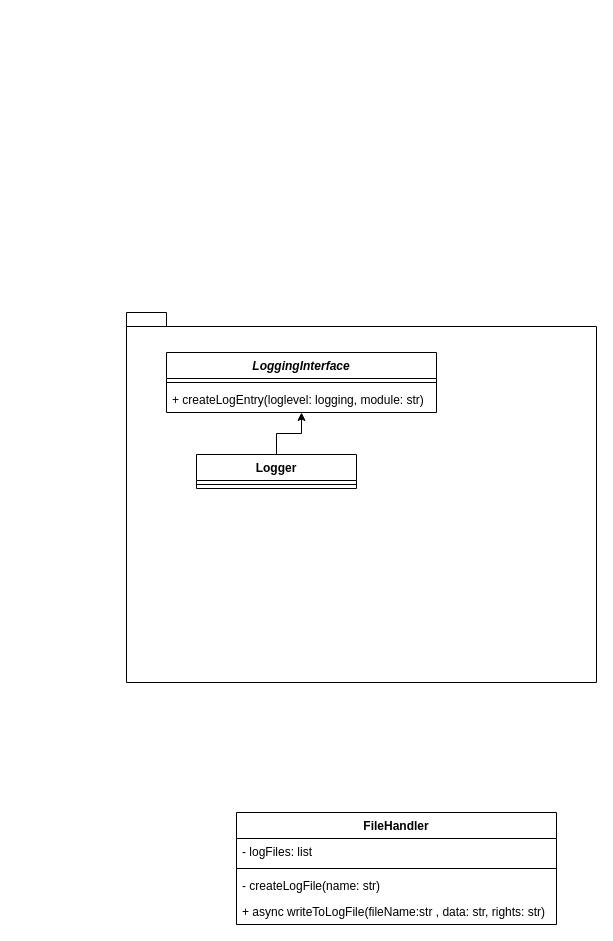
Earlier version of the draw.io diagram Architecture/Logging.drawio (Uhgtred/Car_Infotainment_System). Source tidied: cells renumbered, new cells numbered last; positions are measured from the earlier drawing's top-left corner, leaving out a move shared by most shapes. Both pictures are drawn from the tidied source at 100%, with x=0, y=0 at pixel (126, 312).
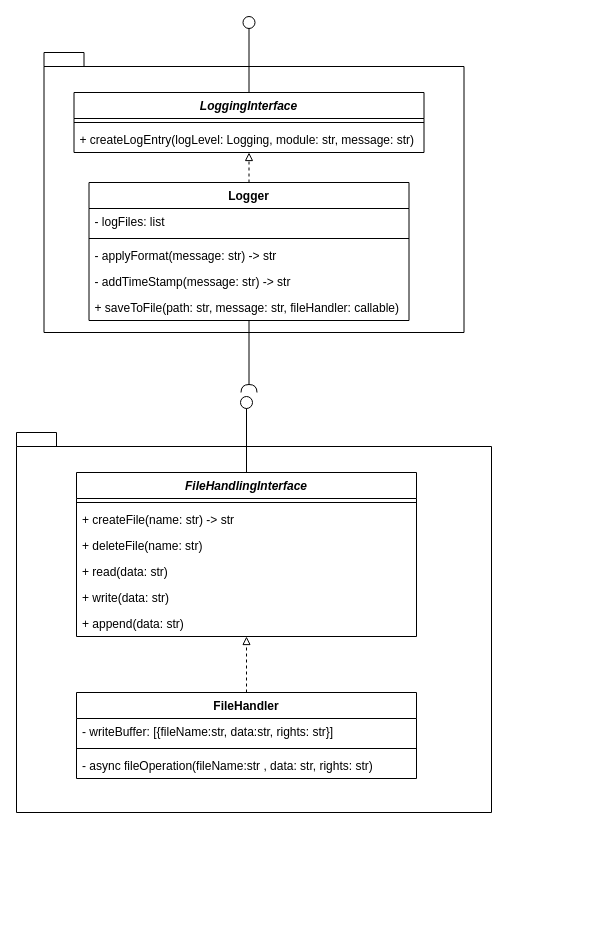
After the change.

The edit, as a diff of the source:
```diff
@@
+    <mxCell id="14" style="group;" parent="1" vertex="1">
+      <mxGeometry x="-110" y="90" width="475" height="410" as="geometry" />
+    </mxCell>
+    <mxCell id="15" style="shape=folder;fontStyle=1;spacingTop=10;tabWidth=40;tabHeight=14;tabPosition=left;html=1;" parent="14" vertex="1">
+      <mxGeometry y="30" width="475" height="380" as="geometry" />
+    </mxCell>
+    <mxCell id="6" value="FileHandler" style="swimlane;fontStyle=1;align=center;verticalAlign=top;horizontal=1;startSize=26;" parent="14" vertex="1">
+      <mxGeometry x="60" y="290" width="340" height="86" as="geometry" />
+    </mxCell>
+    <mxCell id="16" value="- writeBuffer: [{fileName:str, data:str, rights: str}]" style="text;strokeColor=none;fillColor=none;align=left;verticalAlign=top;spacingLeft=4;spacingRight=4;overflow=hidden;" parent="6" vertex="1">
+      <mxGeometry y="26" width="340" height="26" as="geometry" />
+    </mxCell>
+    <mxCell id="8" style="line;strokeWidth=1;fillColor=none;align=left;verticalAlign=middle;spacingTop=-1;spacingLeft=3;spacingRight=3;labelPosition=right;strokeColor=inherit;" parent="6" vertex="1">
+      <mxGeometry y="52" width="340" height="8" as="geometry" />
+    </mxCell>
+    <mxCell id="10" value="- async fileOperation(fileName:str , data: str, rights: str)" style="text;strokeColor=none;fillColor=none;align=left;verticalAlign=top;spacingLeft=4;spacingRight=4;overflow=hidden;" parent="6" vertex="1">
+      <mxGeometry y="60" width="340" height="26" as="geometry" />
+    </mxCell>
+    <mxCell id="17" value="FileHandlingInterface" style="swimlane;fontStyle=3;align=center;verticalAlign=top;horizontal=1;startSize=26;" parent="14" vertex="1">
+      <mxGeometry x="60" y="70" width="340" height="164" as="geometry" />
+    </mxCell>
+    <mxCell id="18" style="line;strokeWidth=1;fillColor=none;align=left;verticalAlign=middle;spacingTop=-1;spacingLeft=3;spacingRight=3;labelPosition=right;strokeColor=inherit;" parent="17" vertex="1">
+      <mxGeometry y="26" width="340" height="8" as="geometry" />
+    </mxCell>
+    <mxCell id="19" value="+ createFile(name: str) -&gt; str" style="text;strokeColor=none;fillColor=none;align=left;verticalAlign=top;spacingLeft=4;spacingRight=4;overflow=hidden;" parent="17" vertex="1">
+      <mxGeometry y="34" width="340" height="26" as="geometry" />
+    </mxCell>
+    <mxCell id="20" value="+ deleteFile(name: str)" style="text;strokeColor=none;fillColor=none;align=left;verticalAlign=top;spacingLeft=4;spacingRight=4;overflow=hidden;" parent="17" vertex="1">
+      <mxGeometry y="60" width="340" height="26" as="geometry" />
+    </mxCell>
+    <mxCell id="21" value="+ read(data: str)" style="text;strokeColor=none;fillColor=none;align=left;verticalAlign=top;spacingLeft=4;spacingRight=4;overflow=hidden;" parent="17" vertex="1">
+      <mxGeometry y="86" width="340" height="26" as="geometry" />
+    </mxCell>
+    <mxCell id="22" value="+ write(data: str)" style="text;strokeColor=none;fillColor=none;align=left;verticalAlign=top;spacingLeft=4;spacingRight=4;overflow=hidden;" parent="17" vertex="1">
+      <mxGeometry y="112" width="340" height="26" as="geometry" />
+    </mxCell>
+    <mxCell id="23" value="+ append(data: str)" style="text;strokeColor=none;fillColor=none;align=left;verticalAlign=top;spacingLeft=4;spacingRight=4;overflow=hidden;" parent="17" vertex="1">
+      <mxGeometry y="138" width="340" height="26" as="geometry" />
+    </mxCell>
+    <mxCell id="24" style="edgeStyle=orthogonalEdgeStyle;rounded=0;jettySize=auto;html=1;dashed=1;endArrow=block;endFill=0;" parent="14" edge="1" source="6" target="17">
+      <mxGeometry relative="1" as="geometry" />
+    </mxCell>
+    <mxCell id="25" style="html=1;verticalAlign=bottom;labelBackgroundColor=none;endArrow=oval;endFill=0;endSize=12;rounded=0;exitX=0.5;exitY=0;exitDx=0;exitDy=0;" parent="14" edge="1" source="17">
+      <mxGeometry relative="1" as="geometry">
+        <mxPoint x="230" as="targetPoint" />
+      </mxGeometry>
+    </mxCell>
+    <mxCell id="26" style="group;" parent="1" vertex="1">
+      <mxGeometry x="-82.5" y="-290" width="420" height="370" as="geometry" />
+    </mxCell>
+    <mxCell id="27" style="group;" parent="26" vertex="1">
+      <mxGeometry width="420" height="310" as="geometry" />
+    </mxCell>
+    <mxCell id="28" style="group;" parent="27" vertex="1">
+      <mxGeometry y="30" width="420" height="280" as="geometry" />
+    </mxCell>
-    <mxCell id="2" style="shape=folder;fontStyle=1;spacingTop=10;tabWidth=40;tabHeight=14;tabPosition=left;html=1;" parent="1" vertex="1">
-      <mxGeometry width="470" height="370" as="geometry" />
+    <mxCell id="2" style="shape=folder;fontStyle=1;spacingTop=10;tabWidth=40;tabHeight=14;tabPosition=left;html=1;" parent="28" vertex="1">
+      <mxGeometry width="420" height="280" as="geometry" />
     </mxCell>
-    <mxCell id="3" value="LoggingInterface" style="swimlane;fontStyle=3;align=center;verticalAlign=top;horizontal=1;startSize=26;" parent="1" vertex="1">
-      <mxGeometry x="40" y="40" width="270" height="60" as="geometry" />
+    <mxCell id="3" value="LoggingInterface" style="swimlane;fontStyle=3;align=center;verticalAlign=top;horizontal=1;startSize=26;" parent="28" vertex="1">
+      <mxGeometry x="30" y="40" width="350" height="60" as="geometry" />
     </mxCell>
     <mxCell id="4" style="line;strokeWidth=1;fillColor=none;align=left;verticalAlign=middle;spacingTop=-1;spacingLeft=3;spacingRight=3;labelPosition=right;strokeColor=inherit;" parent="3" vertex="1">
-      <mxGeometry y="26" width="270" height="8" as="geometry" />
+      <mxGeometry y="26" width="350" height="8" as="geometry" />
     </mxCell>
-    <mxCell id="5" value="+ createLogEntry(loglevel: logging, module: str)" style="text;strokeColor=none;fillColor=none;align=left;verticalAlign=top;spacingLeft=4;spacingRight=4;overflow=hidden;" parent="3" vertex="1">
-      <mxGeometry y="34" width="270" height="26" as="geometry" />
+    <mxCell id="5" value="+ createLogEntry(logLevel: Logging, module: str, message: str)" style="text;strokeColor=none;fillColor=none;align=left;verticalAlign=top;spacingLeft=4;spacingRight=4;overflow=hidden;" parent="3" vertex="1">
+      <mxGeometry y="34" width="350" height="26" as="geometry" />
     </mxCell>
-    <mxCell id="6" value="FileHandler" style="swimlane;fontStyle=1;align=center;verticalAlign=top;horizontal=1;startSize=26;" parent="1" vertex="1">
-      <mxGeometry x="110" y="500" width="320" height="112" as="geometry" />
-    </mxCell>
-    <mxCell id="7" value="- logFiles: list" style="text;strokeColor=none;fillColor=none;align=left;verticalAlign=top;spacingLeft=4;spacingRight=4;overflow=hidden;" parent="6" vertex="1">
-      <mxGeometry y="26" width="320" height="26" as="geometry" />
-    </mxCell>
-    <mxCell id="8" style="line;strokeWidth=1;fillColor=none;align=left;verticalAlign=middle;spacingTop=-1;spacingLeft=3;spacingRight=3;labelPosition=right;strokeColor=inherit;" parent="6" vertex="1">
-      <mxGeometry y="52" width="320" height="8" as="geometry" />
-    </mxCell>
-    <mxCell id="9" value="- createLogFile(name: str)" style="text;strokeColor=none;fillColor=none;align=left;verticalAlign=top;spacingLeft=4;spacingRight=4;overflow=hidden;" parent="6" vertex="1">
-      <mxGeometry y="60" width="320" height="26" as="geometry" />
-    </mxCell>
-    <mxCell id="10" value="+ async writeToLogFile(fileName:str , data: str, rights: str)" style="text;strokeColor=none;fillColor=none;align=left;verticalAlign=top;spacingLeft=4;spacingRight=4;overflow=hidden;" parent="6" vertex="1">
-      <mxGeometry y="86" width="320" height="26" as="geometry" />
-    </mxCell>
-    <mxCell id="11" style="edgeStyle=orthogonalEdgeStyle;rounded=0;jettySize=auto;html=1;" parent="1" edge="1" source="12" target="3">
-      <mxGeometry relative="1" as="geometry" />
+    <mxCell id="11" style="edgeStyle=orthogonalEdgeStyle;rounded=0;jettySize=auto;html=1;dashed=1;endArrow=block;endFill=0;exitX=0.5;exitY=0;exitDx=0;exitDy=0;" parent="28" edge="1" source="12" target="3">
+      <mxGeometry relative="1" as="geometry">
+        <Array as="points">
+          <mxPoint x="205" y="130" />
+          <mxPoint x="205" y="130" />
+        </Array>
+      </mxGeometry>
     </mxCell>
-    <mxCell id="12" value="Logger" style="swimlane;fontStyle=1;align=center;verticalAlign=top;horizontal=1;startSize=26;" parent="1" vertex="1">
-      <mxGeometry x="70" y="142" width="160" height="34" as="geometry" />
+    <mxCell id="12" value="Logger" style="swimlane;fontStyle=1;align=center;verticalAlign=top;horizontal=1;startSize=26;" parent="28" vertex="1">
+      <mxGeometry x="45" y="130" width="320" height="138" as="geometry" />
     </mxCell>
+    <mxCell id="7" value="- logFiles: list" style="text;strokeColor=none;fillColor=none;align=left;verticalAlign=top;spacingLeft=4;spacingRight=4;overflow=hidden;" parent="12" vertex="1">
+      <mxGeometry y="26" width="320" height="26" as="geometry" />
+    </mxCell>
     <mxCell id="13" style="line;strokeWidth=1;fillColor=none;align=left;verticalAlign=middle;spacingTop=-1;spacingLeft=3;spacingRight=3;labelPosition=right;strokeColor=inherit;" parent="12" vertex="1">
-      <mxGeometry y="26" width="160" height="8" as="geometry" />
+      <mxGeometry y="52" width="320" height="8" as="geometry" />
     </mxCell>
+    <mxCell id="29" value="- applyFormat(message: str) -&gt; str" style="text;strokeColor=none;fillColor=none;align=left;verticalAlign=top;spacingLeft=4;spacingRight=4;overflow=hidden;" parent="12" vertex="1">
+      <mxGeometry y="60" width="320" height="26" as="geometry" />
+    </mxCell>
+    <mxCell id="30" value="- addTimeStamp(message: str) -&gt; str" style="text;strokeColor=none;fillColor=none;align=left;verticalAlign=top;spacingLeft=4;spacingRight=4;overflow=hidden;" parent="12" vertex="1">
+      <mxGeometry y="86" width="320" height="26" as="geometry" />
+    </mxCell>
+    <mxCell id="31" value="+ saveToFile(path: str, message: str, fileHandler: callable)" style="text;strokeColor=none;fillColor=none;align=left;verticalAlign=top;spacingLeft=4;spacingRight=4;overflow=hidden;" parent="12" vertex="1">
+      <mxGeometry y="112" width="320" height="26" as="geometry" />
+    </mxCell>
+    <mxCell id="32" style="html=1;verticalAlign=bottom;labelBackgroundColor=none;endArrow=oval;endFill=0;endSize=12;rounded=0;exitX=0.5;exitY=0;exitDx=0;exitDy=0;" parent="27" edge="1" source="3">
+      <mxGeometry relative="1" as="geometry">
+        <mxPoint x="205" as="targetPoint" />
+      </mxGeometry>
+    </mxCell>
+    <mxCell id="33" style="html=1;verticalAlign=bottom;labelBackgroundColor=none;endArrow=halfCircle;endFill=0;endSize=6;rounded=0;" parent="26" edge="1" source="12">
+      <mxGeometry relative="1" as="geometry">
+        <mxPoint x="205" y="370" as="targetPoint" />
+      </mxGeometry>
+    </mxCell>
```
